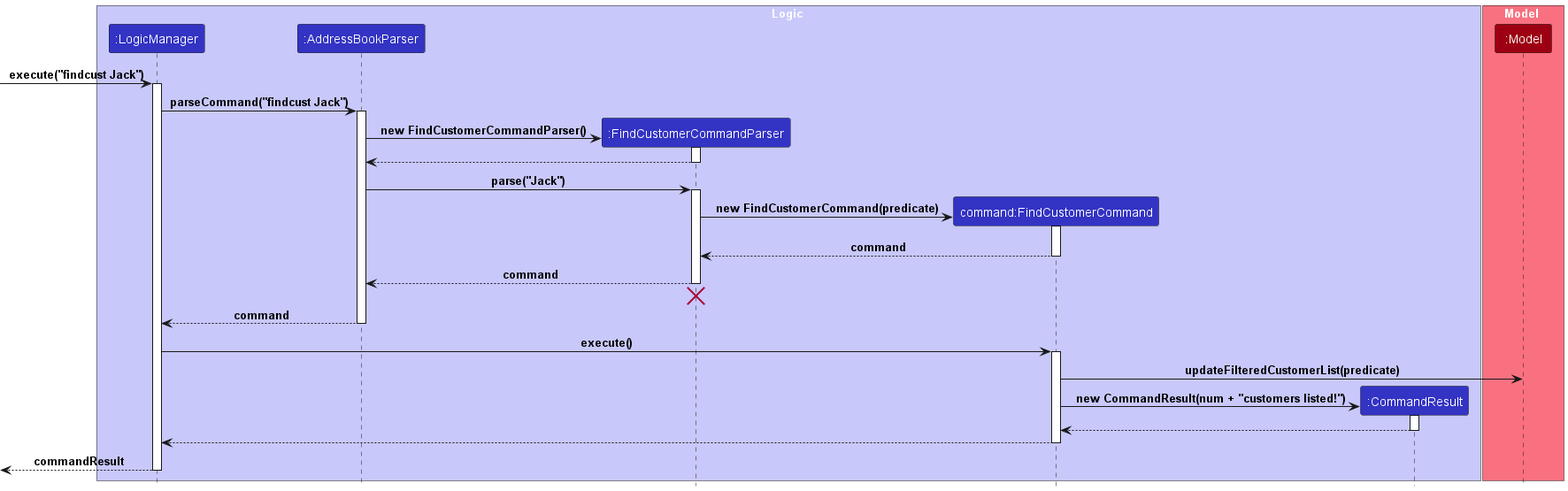
saraozn/tp keeps this PlantUML diagram as docs/images/FindCustomerSequenceDiagram.png. Above is the earlier version.
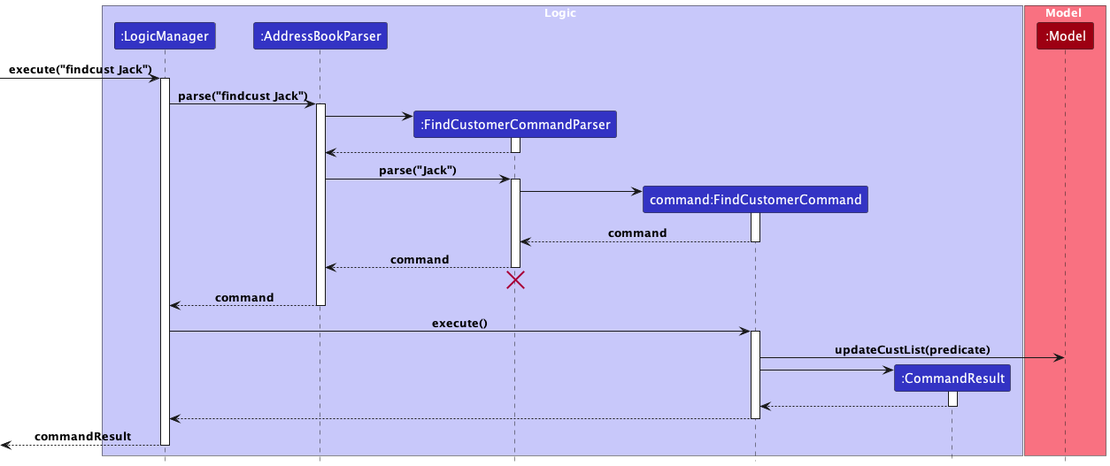
The same file after the commit.

Diff of the diagram source:
```diff
@@ -16,11 +16,11 @@
 [-> LogicManager : execute("findcust Jack")
 activate LogicManager
 
-LogicManager -> AddressBookParser : parseCommand("findcust Jack")
+LogicManager -> AddressBookParser : parse("findcust Jack")
 activate AddressBookParser
 
 create FindCustomerCommandParser
-AddressBookParser -> FindCustomerCommandParser : new FindCustomerCommandParser()
+AddressBookParser -> FindCustomerCommandParser :
 activate FindCustomerCommandParser
 
 FindCustomerCommandParser --> AddressBookParser
@@ -30,7 +30,7 @@
 activate FindCustomerCommandParser
 
 create FindCustomerCommand
-FindCustomerCommandParser -> FindCustomerCommand : new FindCustomerCommand(predicate)
+FindCustomerCommandParser -> FindCustomerCommand :
 activate FindCustomerCommand
 
 FindCustomerCommand --> FindCustomerCommandParser : command
@@ -47,10 +47,10 @@
 LogicManager -> FindCustomerCommand : execute()
 activate FindCustomerCommand
 
-FindCustomerCommand -> Model : updateFilteredCustomerList(predicate)
+FindCustomerCommand -> Model : updateCustList(predicate)
 
 create CommandResult
-FindCustomerCommand -> CommandResult : new CommandResult(num + "customers listed!")
+FindCustomerCommand -> CommandResult :
 activate CommandResult
 
 CommandResult --> FindCustomerCommand
```
